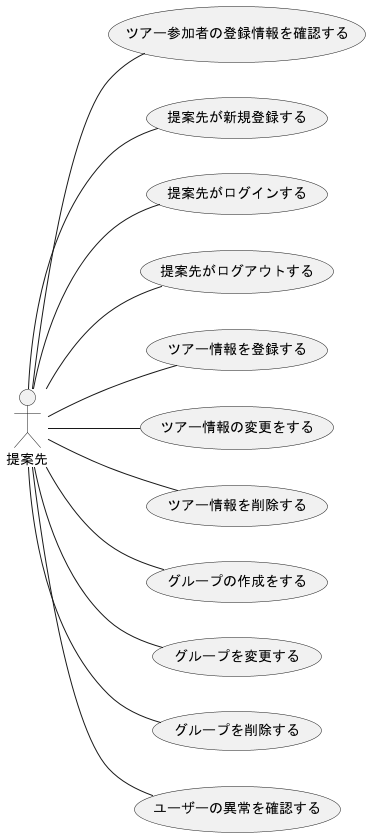
Above: out/F_usecase_client/提案先.png in ksw2270227/GroupF (PlantUML), before the change. Source of this version:
```plantuml
@startuml 提案先
left to right direction
actor 提案先

提案先 -- (ツアー参加者の登録情報を確認する)
提案先 -- (提案先が新規登録する)
提案先 -- (提案先がログインする)
提案先 -- (提案先がログアウトする)
提案先 -- (ツアー情報を登録する)
提案先 -- (ツアー情報の変更をする)
提案先 -- (ツアー情報を削除する)
提案先 -- (グループの作成をする)
提案先 -- (グループを変更する)
提案先 -- (グループを削除する)

提案先 -- (ユーザーの異常を確認する)

@enduml
```
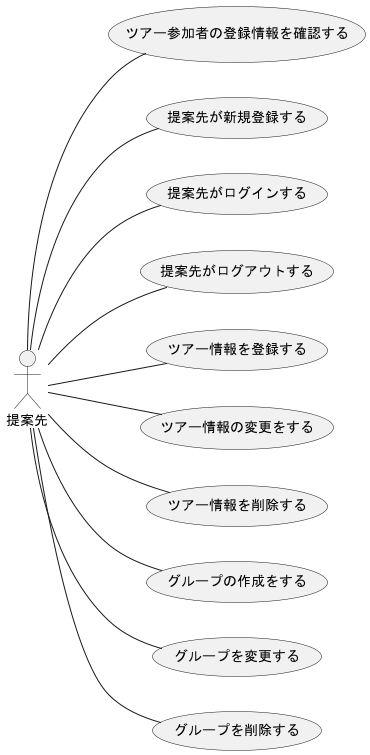
The same diagram one commit later.

Commit message:
染提案先の異常の確認削除

Change to the diagram source:
```diff
@@ -13,6 +13,5 @@
 提案先 -- (グループを変更する)
 提案先 -- (グループを削除する)
 
-提案先 -- (ユーザーの異常を確認する)
 
 @enduml
```
